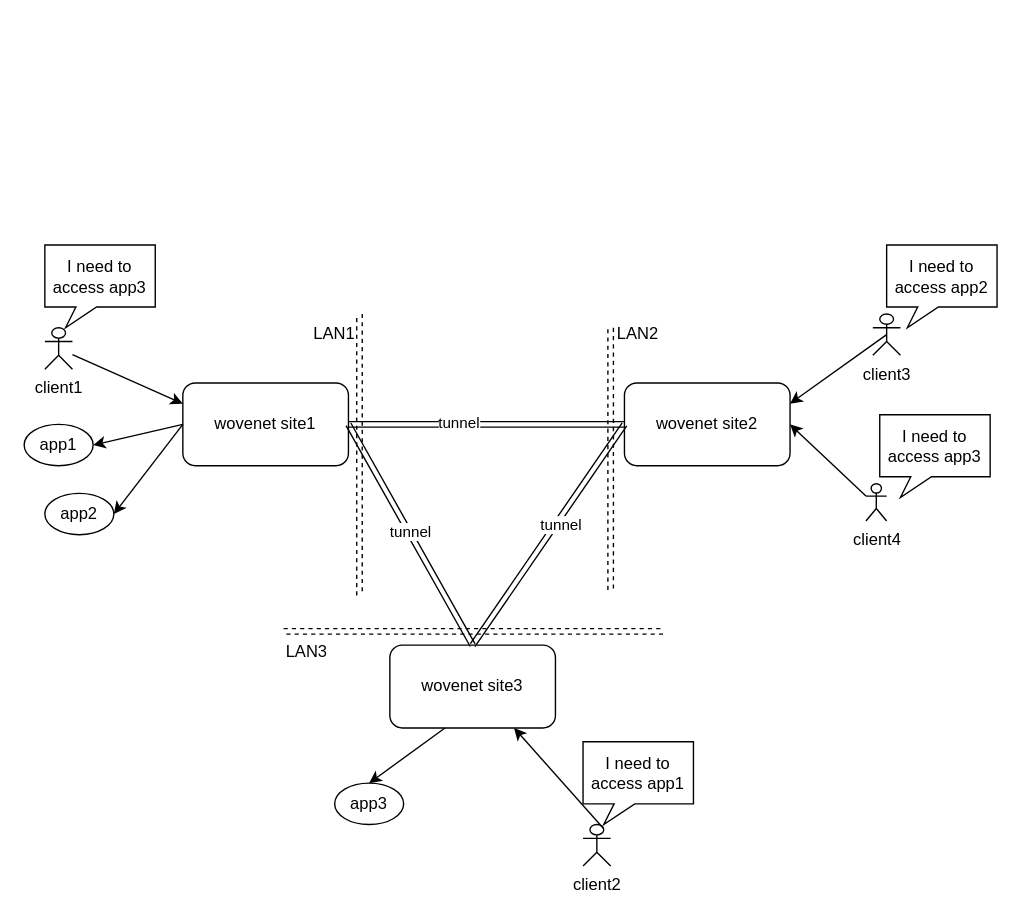
jeffyjf/drawio keeps this draw.io diagram as pictures/未命名绘图.drawio. Above is the earlier version. Source tidied: cells renumbered, new cells numbered last; positions are measured from the earlier drawing's top-left corner, leaving out a move shared by most shapes. Both pictures are drawn from the tidied source at 138%, with x=0, y=0 at pixel (23, 244).
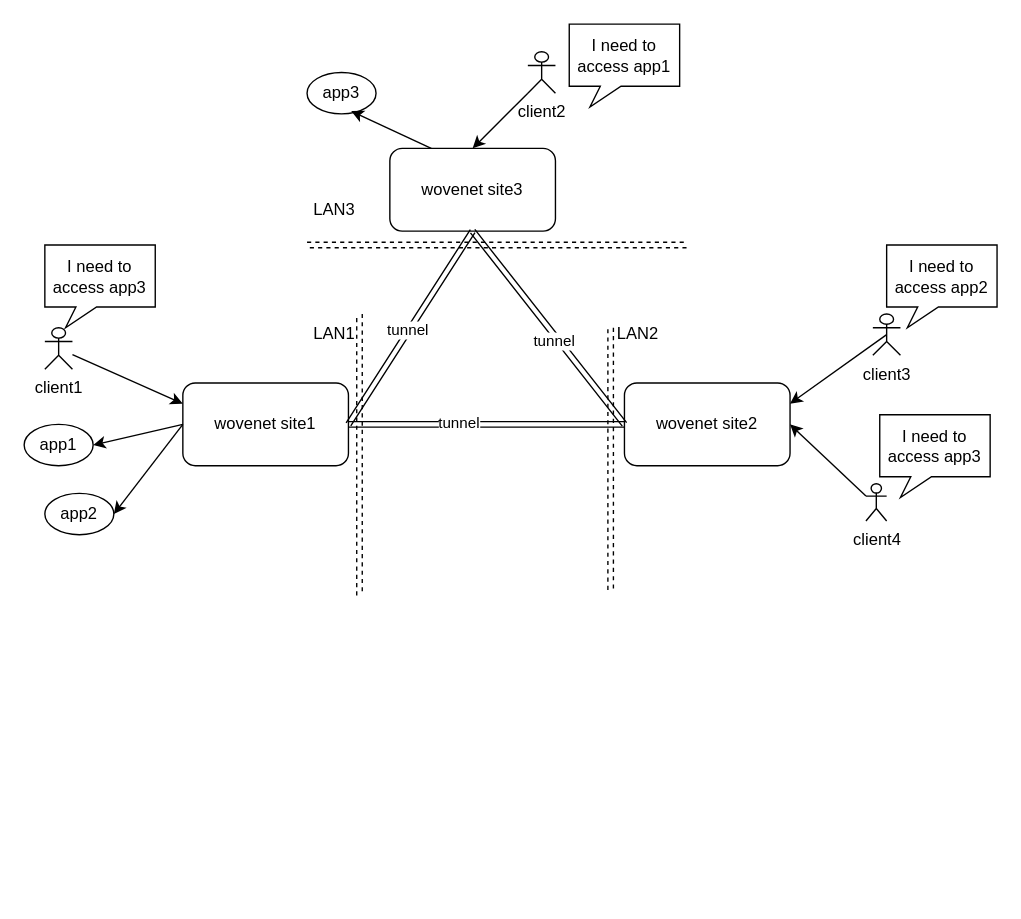
Above is the later version.

Commit message (it also covers changes not shown here):
更新未命名绘图.drawio

The change refers to these unchanged cells:
```xml
<mxCell id="2" value="wovenet site1" style="rounded=1;whiteSpace=wrap;html=1;" parent="1" vertex="1">
  <mxGeometry x="115" y="100" width="120" height="60" as="geometry" />
</mxCell>
<mxCell id="6" value="wovenet site2" style="rounded=1;whiteSpace=wrap;html=1;" parent="1" vertex="1">
  <mxGeometry x="435" y="100" width="120" height="60" as="geometry" />
</mxCell>
```

Diff of the diagram source:
```diff
@@
     <mxCell id="9" value="wovenet site3" style="rounded=1;whiteSpace=wrap;html=1;" parent="1" vertex="1">
-      <mxGeometry x="265" y="290" width="120" height="60" as="geometry" />
+      <mxGeometry x="265" y="-70" width="120" height="60" as="geometry" />
     </mxCell>
-    <mxCell id="10" style="shape=link;endArrow=classic;startArrow=classic;html=1;rounded=0;exitX=1;exitY=0.5;exitDx=0;exitDy=0;entryX=0.5;entryY=0;entryDx=0;entryDy=0;" parent="1" edge="1" source="2" target="9">
+    <mxCell id="10" style="shape=link;endArrow=classic;startArrow=classic;html=1;rounded=0;exitX=1;exitY=0.5;exitDx=0;exitDy=0;entryX=0.5;entryY=1;entryDx=0;entryDy=0;" parent="1" edge="1" source="2" target="9">
       <mxGeometry relative="1" as="geometry" />
     </mxCell>
@@
-    <mxCell id="12" style="shape=link;endArrow=classic;startArrow=classic;html=1;rounded=0;exitX=0;exitY=0.5;exitDx=0;exitDy=0;entryX=0.5;entryY=0;entryDx=0;entryDy=0;" parent="1" edge="1" source="6" target="9">
+    <mxCell id="12" style="shape=link;endArrow=classic;startArrow=classic;html=1;rounded=0;exitX=0;exitY=0.5;exitDx=0;exitDy=0;entryX=0.5;entryY=1;entryDx=0;entryDy=0;" parent="1" edge="1" source="6" target="9">
       <mxGeometry relative="1" as="geometry" />
     </mxCell>
@@
     <mxCell id="14" value="app3" style="ellipse;whiteSpace=wrap;html=1;" parent="1" vertex="1">
-      <mxGeometry x="225" y="390" width="50" height="30" as="geometry" />
+      <mxGeometry x="205" y="-125" width="50" height="30" as="geometry" />
     </mxCell>
     <mxCell id="15" style="shape=link;endArrow=classic;startArrow=classic;html=1;rounded=0;dashed=1;" parent="1" edge="1">
       <mxGeometry relative="1" as="geometry">
-        <mxPoint x="188" y="280" as="sourcePoint" />
-        <mxPoint x="463" y="280" as="targetPoint" />
+        <mxPoint x="205" as="sourcePoint" />
+        <mxPoint x="480" as="targetPoint" />
       </mxGeometry>
     </mxCell>
     <mxCell id="16" value="client2" style="shape=umlActor;verticalLabelPosition=bottom;verticalAlign=top;html=1;outlineConnect=0;" parent="1" vertex="1">
-      <mxGeometry x="405" y="420" width="20" height="30" as="geometry" />
+      <mxGeometry x="365" y="-140" width="20" height="30" as="geometry" />
     </mxCell>
-    <mxCell id="17" style="endArrow=classic;html=1;rounded=0;exitX=0.75;exitY=0.1;exitDx=0;exitDy=0;exitPerimeter=0;entryX=0.75;entryY=1;entryDx=0;entryDy=0;" parent="1" edge="1" source="16" target="9">
+    <mxCell id="17" style="endArrow=classic;html=1;rounded=0;exitX=0;exitY=1;exitDx=0;exitDy=0;exitPerimeter=0;entryX=0.5;entryY=0;entryDx=0;entryDy=0;" parent="1" edge="1" source="16" target="9">
       <mxGeometry relative="1" as="geometry" />
     </mxCell>
@@
-    <mxCell id="20" style="endArrow=classic;html=1;rounded=0;exitX=0.333;exitY=1;exitDx=0;exitDy=0;exitPerimeter=0;entryX=0.5;entryY=0;entryDx=0;entryDy=0;" parent="1" edge="1" source="9" target="14">
+    <mxCell id="20" style="endArrow=classic;html=1;rounded=0;exitX=0.25;exitY=0;exitDx=0;exitDy=0;entryX=0.64;entryY=0.933;entryDx=0;entryDy=0;entryPerimeter=0;" parent="1" edge="1" source="9" target="14">
       <mxGeometry relative="1" as="geometry" />
     </mxCell>
@@
     <mxCell id="27" value="LAN3" style="text;html=1;align=center;verticalAlign=middle;whiteSpace=wrap;rounded=0;" parent="1" vertex="1">
-      <mxGeometry x="175" y="280" width="60" height="30" as="geometry" />
+      <mxGeometry x="195" y="-40" width="60" height="30" as="geometry" />
     </mxCell>
@@
     <mxCell id="29" value="I need to access app1" style="whiteSpace=wrap;html=1;shape=mxgraph.basic.rectCallout;dx=30;dy=15;boundedLbl=1;" parent="1" vertex="1">
-      <mxGeometry x="405" y="360" width="80" height="60" as="geometry" />
+      <mxGeometry x="395" y="-160" width="80" height="60" as="geometry" />
     </mxCell>
```
